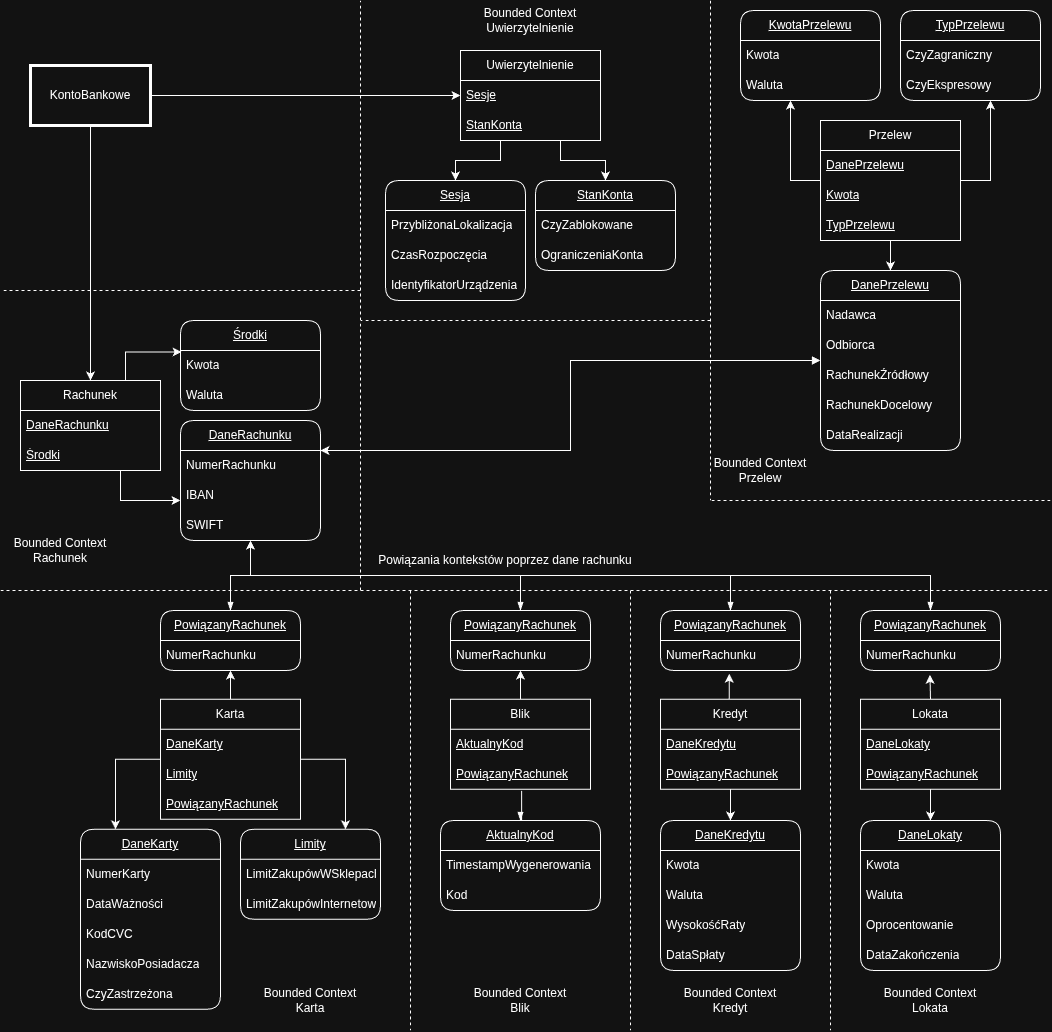
The draw.io diagram ddd.drawio.png in B1rtek/task1, before a commit. Source tidied: cells renumbered, new cells last; positions are measured from the earlier drawing's top-left corner, leaving out a move shared by most shapes.
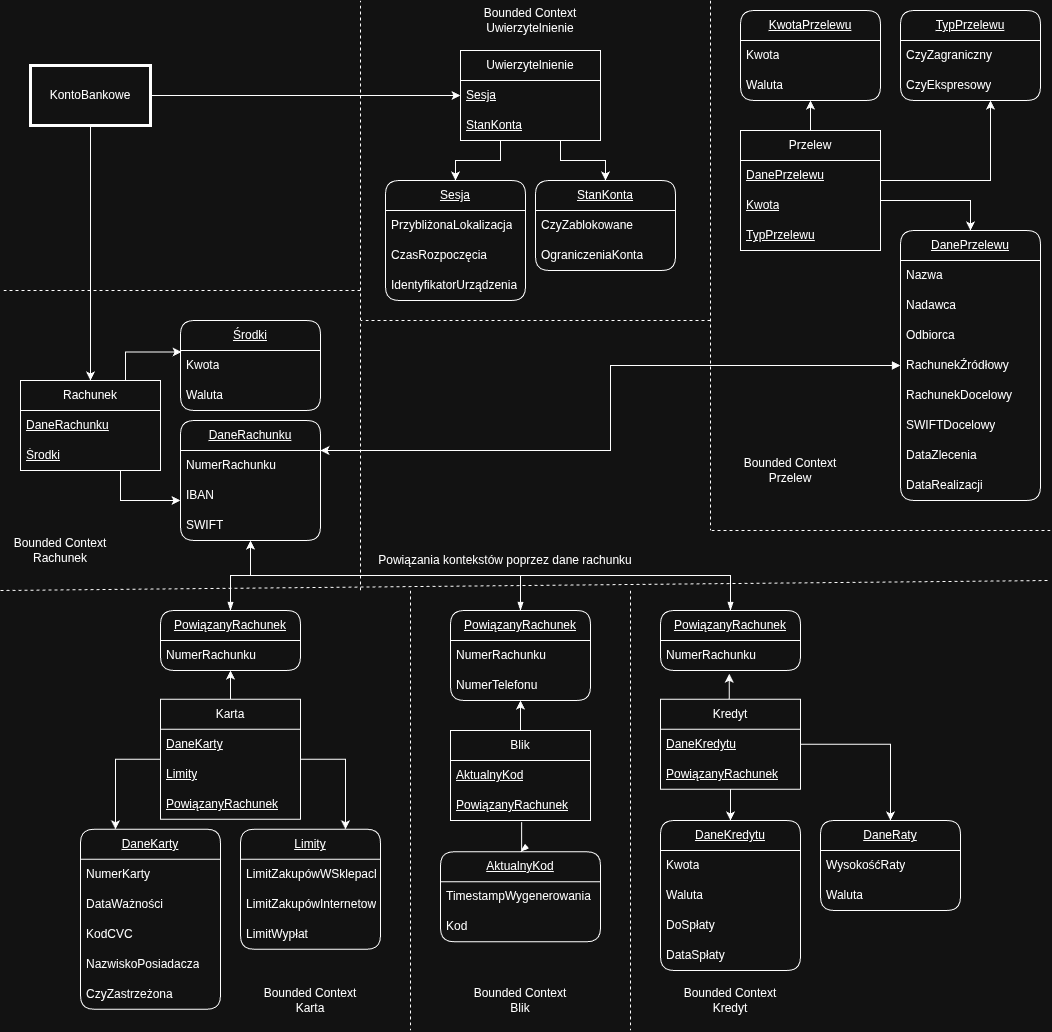
Above is the later version.

Commit message:
aktualizacja schematu

Diff of the diagram source:
```diff
@@ -61,2 +61,5 @@
     </mxCell>
+    <mxCell id="123" style="edgeStyle=orthogonalEdgeStyle;rounded=0;jettySize=auto;html=1;" parent="1" edge="1" source="17" target="129">
+      <mxGeometry relative="1" as="geometry" />
+    </mxCell>
     <mxCell id="17" value="Kredyt" style="swimlane;fontStyle=0;horizontal=1;startSize=30;whiteSpace=wrap;html=1;" parent="1" vertex="1">
@@ -73,4 +76,3 @@
         <Array as="points">
-          <mxPoint x="890" y="250" />
-          <mxPoint x="890" y="250" />
+          <mxPoint x="970" y="200" />
         </Array>
@@ -93,3 +95,3 @@
     <mxCell id="23" value="Przelew" style="swimlane;fontStyle=0;horizontal=1;startSize=30;whiteSpace=wrap;html=1;" parent="1" vertex="1">
-      <mxGeometry x="820" y="120" width="140" height="120" as="geometry" />
+      <mxGeometry x="740" y="130" width="140" height="120" as="geometry" />
     </mxCell>
@@ -123,3 +125,3 @@
     </mxCell>
-    <mxCell id="30" value="&lt;u&gt;Sesje&lt;/u&gt;" style="text;strokeColor=none;fillColor=none;align=left;verticalAlign=middle;spacingLeft=4;spacingRight=4;overflow=hidden;whiteSpace=wrap;html=1;" parent="29" vertex="1">
+    <mxCell id="30" value="&lt;u&gt;Sesja&lt;/u&gt;" style="text;strokeColor=none;fillColor=none;align=left;verticalAlign=middle;spacingLeft=4;spacingRight=4;overflow=hidden;whiteSpace=wrap;html=1;" parent="29" vertex="1">
       <mxGeometry y="30" width="140" height="30" as="geometry" />
@@ -129,14 +131,2 @@
     </mxCell>
-    <mxCell id="32" style="edgeStyle=orthogonalEdgeStyle;rounded=0;jettySize=auto;html=1;" parent="1" edge="1" source="33" target="55">
-      <mxGeometry relative="1" as="geometry" />
-    </mxCell>
-    <mxCell id="33" value="Lokata" style="swimlane;fontStyle=0;horizontal=1;startSize=30;whiteSpace=wrap;html=1;" parent="1" vertex="1">
-      <mxGeometry x="860" y="698.7" width="140" height="90" as="geometry" />
-    </mxCell>
-    <mxCell id="34" value="&lt;u&gt;DaneLokaty&lt;/u&gt;" style="text;strokeColor=none;fillColor=none;align=left;verticalAlign=middle;spacingLeft=4;spacingRight=4;overflow=hidden;whiteSpace=wrap;html=1;" parent="33" vertex="1">
-      <mxGeometry y="30" width="140" height="30" as="geometry" />
-    </mxCell>
-    <mxCell id="35" value="&lt;u&gt;PowiązanyRachunek&lt;/u&gt;" style="text;strokeColor=none;fillColor=none;align=left;verticalAlign=middle;spacingLeft=4;spacingRight=4;overflow=hidden;whiteSpace=wrap;html=1;" parent="33" vertex="1">
-      <mxGeometry y="60" width="140" height="30" as="geometry" />
-    </mxCell>
     <mxCell id="36" style="edgeStyle=orthogonalEdgeStyle;rounded=0;jettySize=auto;html=1;exitX=0.5;exitY=0;exitDx=0;exitDy=0;" parent="1" edge="1" source="37" target="93">
@@ -145,3 +135,3 @@
     <mxCell id="37" value="Blik" style="swimlane;fontStyle=0;horizontal=1;startSize=30;whiteSpace=wrap;html=1;" parent="1" vertex="1">
-      <mxGeometry x="450" y="698.7" width="140" height="90" as="geometry" />
+      <mxGeometry x="450" y="730" width="140" height="90" as="geometry" />
     </mxCell>
@@ -175,3 +165,3 @@
     <mxCell id="47" value="&lt;u&gt;AktualnyKod&lt;/u&gt;" style="swimlane;fontStyle=0;horizontal=1;startSize=30;whiteSpace=wrap;html=1;rounded=1;" parent="1" vertex="1">
-      <mxGeometry x="440" y="820" width="160" height="90" as="geometry" />
+      <mxGeometry x="440" y="851.3" width="160" height="90" as="geometry" />
     </mxCell>
@@ -192,3 +182,3 @@
     </mxCell>
-    <mxCell id="53" value="WysokośćRaty" style="text;strokeColor=none;fillColor=none;align=left;verticalAlign=middle;spacingLeft=4;spacingRight=4;overflow=hidden;whiteSpace=wrap;html=1;" parent="50" vertex="1">
+    <mxCell id="53" value="DoSpłaty" style="text;strokeColor=none;fillColor=none;align=left;verticalAlign=middle;spacingLeft=4;spacingRight=4;overflow=hidden;whiteSpace=wrap;html=1;" parent="50" vertex="1">
       <mxGeometry y="90" width="140" height="30" as="geometry" />
@@ -198,17 +188,2 @@
     </mxCell>
-    <mxCell id="55" value="&lt;u&gt;DaneLokaty&lt;/u&gt;" style="swimlane;fontStyle=0;horizontal=1;startSize=30;whiteSpace=wrap;html=1;rounded=1;" parent="1" vertex="1">
-      <mxGeometry x="860" y="820" width="140" height="150" as="geometry" />
-    </mxCell>
-    <mxCell id="56" value="Kwota" style="text;strokeColor=none;fillColor=none;align=left;verticalAlign=middle;spacingLeft=4;spacingRight=4;overflow=hidden;whiteSpace=wrap;html=1;" parent="55" vertex="1">
-      <mxGeometry y="30" width="140" height="30" as="geometry" />
-    </mxCell>
-    <mxCell id="57" value="Waluta" style="text;strokeColor=none;fillColor=none;align=left;verticalAlign=middle;spacingLeft=4;spacingRight=4;overflow=hidden;whiteSpace=wrap;html=1;" parent="55" vertex="1">
-      <mxGeometry y="60" width="140" height="30" as="geometry" />
-    </mxCell>
-    <mxCell id="58" value="Oprocentowanie" style="text;strokeColor=none;fillColor=none;align=left;verticalAlign=middle;spacingLeft=4;spacingRight=4;overflow=hidden;whiteSpace=wrap;html=1;" parent="55" vertex="1">
-      <mxGeometry y="90" width="140" height="30" as="geometry" />
-    </mxCell>
-    <mxCell id="59" value="DataZakończenia" style="text;strokeColor=none;fillColor=none;align=left;verticalAlign=middle;spacingLeft=4;spacingRight=4;overflow=hidden;whiteSpace=wrap;html=1;" parent="55" vertex="1">
-      <mxGeometry y="120" width="140" height="30" as="geometry" />
-    </mxCell>
     <mxCell id="60" value="&lt;u&gt;KwotaPrzelewu&lt;/u&gt;" style="swimlane;fontStyle=0;horizontal=1;startSize=30;whiteSpace=wrap;html=1;rounded=1;" parent="1" vertex="1">
@@ -226,18 +201,27 @@
     <mxCell id="64" value="&lt;u&gt;DanePrzelewu&lt;/u&gt;" style="swimlane;fontStyle=0;horizontal=1;startSize=30;whiteSpace=wrap;html=1;rounded=1;" parent="1" vertex="1">
-      <mxGeometry x="820" y="270" width="140" height="180" as="geometry" />
+      <mxGeometry x="900" y="230" width="140" height="270" as="geometry" />
     </mxCell>
+    <mxCell id="124" value="Nazwa" style="text;strokeColor=none;fillColor=none;align=left;verticalAlign=middle;spacingLeft=4;spacingRight=4;overflow=hidden;whiteSpace=wrap;html=1;" parent="64" vertex="1">
+      <mxGeometry y="30" width="140" height="30" as="geometry" />
+    </mxCell>
     <mxCell id="65" value="Nadawca" style="text;strokeColor=none;fillColor=none;align=left;verticalAlign=middle;spacingLeft=4;spacingRight=4;overflow=hidden;whiteSpace=wrap;html=1;" parent="64" vertex="1">
-      <mxGeometry y="30" width="140" height="30" as="geometry" />
+      <mxGeometry y="60" width="140" height="30" as="geometry" />
     </mxCell>
     <mxCell id="66" value="Odbiorca" style="text;strokeColor=none;fillColor=none;align=left;verticalAlign=middle;spacingLeft=4;spacingRight=4;overflow=hidden;whiteSpace=wrap;html=1;" parent="64" vertex="1">
-      <mxGeometry y="60" width="140" height="30" as="geometry" />
+      <mxGeometry y="90" width="140" height="30" as="geometry" />
     </mxCell>
     <mxCell id="67" value="RachunekŹródłowy" style="text;strokeColor=none;fillColor=none;align=left;verticalAlign=middle;spacingLeft=4;spacingRight=4;overflow=hidden;whiteSpace=wrap;html=1;" parent="64" vertex="1">
-      <mxGeometry y="90" width="140" height="30" as="geometry" />
+      <mxGeometry y="120" width="140" height="30" as="geometry" />
     </mxCell>
     <mxCell id="68" value="RachunekDocelowy" style="text;strokeColor=none;fillColor=none;align=left;verticalAlign=middle;spacingLeft=4;spacingRight=4;overflow=hidden;whiteSpace=wrap;html=1;" parent="64" vertex="1">
-      <mxGeometry y="120" width="140" height="30" as="geometry" />
+      <mxGeometry y="150" width="140" height="30" as="geometry" />
     </mxCell>
+    <mxCell id="125" value="SWIFTDocelowy" style="text;strokeColor=none;fillColor=none;align=left;verticalAlign=middle;spacingLeft=4;spacingRight=4;overflow=hidden;whiteSpace=wrap;html=1;" parent="64" vertex="1">
+      <mxGeometry y="180" width="140" height="30" as="geometry" />
+    </mxCell>
+    <mxCell id="126" value="DataZlecenia" style="text;strokeColor=none;fillColor=none;align=left;verticalAlign=middle;spacingLeft=4;spacingRight=4;overflow=hidden;whiteSpace=wrap;html=1;" parent="64" vertex="1">
+      <mxGeometry y="210" width="140" height="30" as="geometry" />
+    </mxCell>
     <mxCell id="69" value="DataRealizacji" style="text;strokeColor=none;fillColor=none;align=left;verticalAlign=middle;spacingLeft=4;spacingRight=4;overflow=hidden;whiteSpace=wrap;html=1;" parent="64" vertex="1">
-      <mxGeometry y="150" width="140" height="30" as="geometry" />
+      <mxGeometry y="240" width="140" height="30" as="geometry" />
     </mxCell>
@@ -271,3 +255,3 @@
     <mxCell id="79" value="&lt;u&gt;Limity&lt;/u&gt;" style="swimlane;fontStyle=0;horizontal=1;startSize=30;whiteSpace=wrap;html=1;rounded=1;" parent="1" vertex="1">
-      <mxGeometry x="240" y="828.7" width="140" height="90" as="geometry" />
+      <mxGeometry x="240" y="828.7" width="140" height="120" as="geometry" />
     </mxCell>
@@ -279,2 +263,5 @@
     </mxCell>
+    <mxCell id="127" value="LimitWypłat" style="text;strokeColor=none;fillColor=none;align=left;verticalAlign=middle;spacingLeft=4;spacingRight=4;overflow=hidden;whiteSpace=wrap;html=1;" parent="79" vertex="1">
+      <mxGeometry y="90" width="140" height="30" as="geometry" />
+    </mxCell>
     <mxCell id="82" value="&lt;u&gt;Sesja&lt;/u&gt;" style="swimlane;fontStyle=0;horizontal=1;startSize=30;whiteSpace=wrap;html=1;rounded=1;" parent="1" vertex="1">
@@ -313,3 +300,3 @@
     <mxCell id="93" value="&lt;u&gt;PowiązanyRachunek&lt;/u&gt;" style="swimlane;fontStyle=0;horizontal=1;startSize=30;whiteSpace=wrap;html=1;rounded=1;" parent="1" vertex="1">
-      <mxGeometry x="450" y="610" width="140" height="60" as="geometry" />
+      <mxGeometry x="450" y="610" width="140" height="90" as="geometry" />
     </mxCell>
@@ -318,2 +305,5 @@
     </mxCell>
+    <mxCell id="128" value="NumerTelefonu" style="text;strokeColor=none;fillColor=none;align=left;verticalAlign=middle;spacingLeft=4;spacingRight=4;overflow=hidden;whiteSpace=wrap;html=1;" parent="93" vertex="1">
+      <mxGeometry y="60" width="140" height="30" as="geometry" />
+    </mxCell>
     <mxCell id="95" style="edgeStyle=orthogonalEdgeStyle;rounded=0;jettySize=auto;html=1;exitX=0.5;exitY=0;exitDx=0;exitDy=0;startArrow=blockThin;startFill=1;" parent="1" edge="1" source="96" target="40">
@@ -327,11 +317,2 @@
     </mxCell>
-    <mxCell id="98" style="edgeStyle=orthogonalEdgeStyle;rounded=0;jettySize=auto;html=1;exitX=0.5;exitY=0;exitDx=0;exitDy=0;startArrow=blockThin;startFill=1;" parent="1" edge="1" source="99" target="40">
-      <mxGeometry relative="1" as="geometry" />
-    </mxCell>
-    <mxCell id="99" value="&lt;u&gt;PowiązanyRachunek&lt;/u&gt;" style="swimlane;fontStyle=0;horizontal=1;startSize=30;whiteSpace=wrap;html=1;rounded=1;" parent="1" vertex="1">
-      <mxGeometry x="860" y="610" width="140" height="60" as="geometry" />
-    </mxCell>
-    <mxCell id="100" value="NumerRachunku" style="text;strokeColor=none;fillColor=none;align=left;verticalAlign=middle;spacingLeft=4;spacingRight=4;overflow=hidden;points=[[0,0.5],[1,0.5]];portConstraint=eastwest;whiteSpace=wrap;html=1;" parent="99" vertex="1">
-      <mxGeometry y="30" width="140" height="30" as="geometry" />
-    </mxCell>
     <mxCell id="101" style="edgeStyle=orthogonalEdgeStyle;rounded=0;jettySize=auto;html=1;exitX=0.5;exitY=0;exitDx=0;exitDy=0;entryX=0.508;entryY=1.053;entryDx=0;entryDy=0;entryPerimeter=0;endArrow=none;endFill=0;startArrow=blockThin;startFill=1;" parent="1" edge="1" source="47" target="39">
@@ -339,4 +320,4 @@
         <Array as="points">
-          <mxPoint x="520" y="819" />
-          <mxPoint x="521" y="819" />
+          <mxPoint x="520" y="850.3" />
+          <mxPoint x="521" y="850.3" />
         </Array>
@@ -347,5 +328,2 @@
     </mxCell>
-    <mxCell id="103" style="edgeStyle=orthogonalEdgeStyle;rounded=0;jettySize=auto;html=1;exitX=0.5;exitY=0;exitDx=0;exitDy=0;entryX=0.496;entryY=1.143;entryDx=0;entryDy=0;entryPerimeter=0;" parent="1" edge="1" source="33" target="100">
-      <mxGeometry relative="1" as="geometry" />
-    </mxCell>
     <mxCell id="104" style="edgeStyle=orthogonalEdgeStyle;rounded=0;jettySize=auto;html=1;exitX=0.75;exitY=0;exitDx=0;exitDy=0;entryX=0.008;entryY=0.049;entryDx=0;entryDy=0;entryPerimeter=0;" parent="1" edge="1" source="6" target="45">
@@ -356,3 +334,3 @@
         <mxPoint y="590" as="sourcePoint" />
-        <mxPoint x="1050" y="590" as="targetPoint" />
+        <mxPoint x="1050" y="580" as="targetPoint" />
       </mxGeometry>
@@ -371,8 +349,2 @@
     </mxCell>
-    <mxCell id="108" style="endArrow=none;dashed=1;html=1;strokeWidth=1;rounded=0;startSize=6;endSize=6;" parent="1" edge="1">
-      <mxGeometry relative="1" as="geometry">
-        <mxPoint x="830" y="590" as="sourcePoint" />
-        <mxPoint x="830" y="1030" as="targetPoint" />
-      </mxGeometry>
-    </mxCell>
     <mxCell id="109" style="endArrow=none;dashed=1;html=1;strokeWidth=1;rounded=0;startSize=6;endSize=6;" parent="1" edge="1">
@@ -380,3 +352,3 @@
         <mxPoint x="710" as="sourcePoint" />
-        <mxPoint x="710" y="500" as="targetPoint" />
+        <mxPoint x="710" y="530" as="targetPoint" />
       </mxGeometry>
@@ -385,4 +357,4 @@
       <mxGeometry relative="1" as="geometry">
-        <mxPoint x="1050" y="500" as="sourcePoint" />
-        <mxPoint x="710" y="500" as="targetPoint" />
+        <mxPoint x="1050" y="530" as="sourcePoint" />
+        <mxPoint x="710" y="530" as="targetPoint" />
       </mxGeometry>
@@ -423,3 +395,3 @@
     <mxCell id="118" value="Bounded Context&lt;div&gt;Przelew&lt;/div&gt;" style="text;html=1;whiteSpace=wrap;strokeColor=none;fillColor=none;align=center;verticalAlign=middle;rounded=0;" parent="1" vertex="1">
-      <mxGeometry x="710" y="440" width="100" height="60" as="geometry" />
+      <mxGeometry x="740" y="440" width="100" height="60" as="geometry" />
     </mxCell>
@@ -434,5 +406,11 @@
     </mxCell>
-    <mxCell id="122" value="Bounded Context&lt;div&gt;Lokata&lt;/div&gt;" style="text;html=1;whiteSpace=wrap;strokeColor=none;fillColor=none;align=center;verticalAlign=middle;rounded=0;" parent="1" vertex="1">
-      <mxGeometry x="880" y="970" width="100" height="60" as="geometry" />
-    </mxCell>
+    <mxCell id="129" value="&lt;u&gt;DaneRaty&lt;/u&gt;" style="swimlane;fontStyle=0;horizontal=1;startSize=30;whiteSpace=wrap;html=1;rounded=1;" parent="1" vertex="1">
+      <mxGeometry x="820" y="820" width="140" height="90" as="geometry" />
+    </mxCell>
+    <mxCell id="130" value="WysokośćRaty" style="text;strokeColor=none;fillColor=none;align=left;verticalAlign=middle;spacingLeft=4;spacingRight=4;overflow=hidden;whiteSpace=wrap;html=1;" parent="129" vertex="1">
+      <mxGeometry y="30" width="140" height="30" as="geometry" />
+    </mxCell>
+    <mxCell id="57" value="Waluta" style="text;strokeColor=none;fillColor=none;align=left;verticalAlign=middle;spacingLeft=4;spacingRight=4;overflow=hidden;whiteSpace=wrap;html=1;" parent="129" vertex="1">
+      <mxGeometry y="60" width="140" height="30" as="geometry" />
+    </mxCell>
   </root>
```
